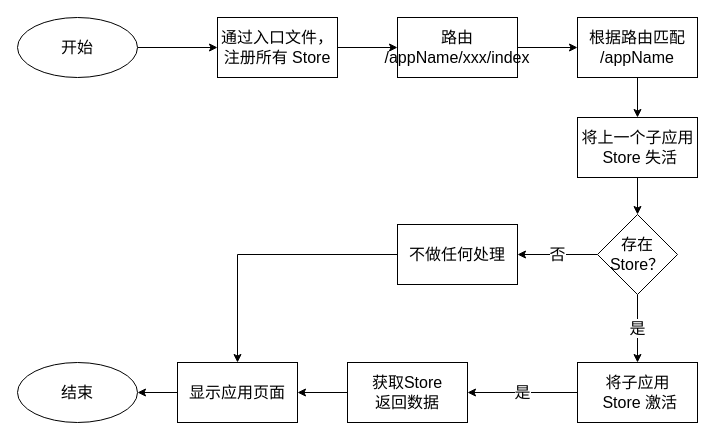
zhuoooo/doodles keeps this draw.io diagram as page "动态 Store" (6 of 12) of 微前端/微服务设计图.drawio. Above is the earlier version. Source tidied: cells renumbered, new cells numbered last; positions are measured from the earlier drawing's top-left corner, leaving out a move shared by most shapes. Both pictures are drawn from the tidied source at 100%, with x=0, y=0 at pixel (17, 17).
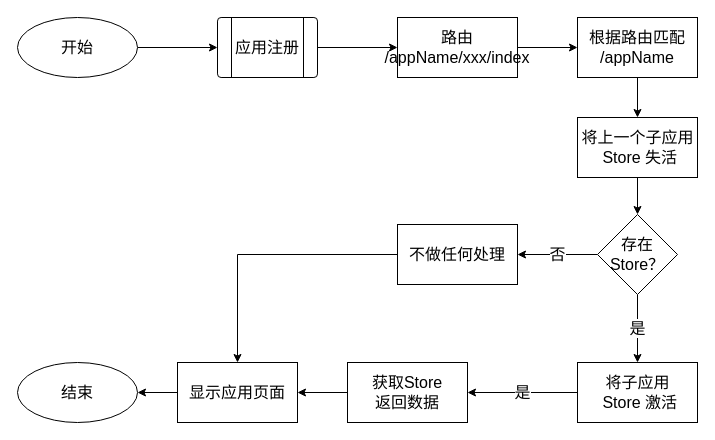
Above is the later version.

Unchanged cells that the change refers to:
```xml
<mxCell id="3" value="开始" style="ellipse;whiteSpace=wrap;html=1;fontSize=16;" parent="1" vertex="1">
  <mxGeometry width="120" height="60" as="geometry" />
</mxCell>
<mxCell id="7" value="路由&lt;br style=&quot;font-size: 16px;&quot;&gt;/appName/xxx/index" style="whiteSpace=wrap;html=1;fontSize=16;" parent="1" vertex="1">
  <mxGeometry x="380" width="120" height="60" as="geometry" />
</mxCell>
```

Diff of the diagram source:
```diff
@@
-    <mxCell id="2" style="edgeStyle=orthogonalEdgeStyle;rounded=0;jettySize=auto;html=1;fontSize=16;" parent="1" edge="1" source="3" target="5">
+    <mxCell id="2" style="edgeStyle=orthogonalEdgeStyle;rounded=0;jettySize=auto;html=1;fontSize=16;" parent="1" edge="1" source="3" target="24">
       <mxGeometry relative="1" as="geometry" />
     </mxCell>
@@
-    <mxCell id="4" style="edgeStyle=orthogonalEdgeStyle;rounded=0;jettySize=auto;html=1;fontSize=16;" parent="1" edge="1" source="5" target="7">
+    <mxCell id="4" style="edgeStyle=orthogonalEdgeStyle;rounded=0;jettySize=auto;html=1;fontSize=16;" parent="1" edge="1" source="24" target="7">
       <mxGeometry relative="1" as="geometry" />
     </mxCell>
-    <mxCell id="5" value="通过入口文件，注册所有 Store" style="whiteSpace=wrap;html=1;fontSize=16;" parent="1" vertex="1">
-      <mxGeometry x="200" width="120" height="60" as="geometry" />
-    </mxCell>
@@
+    <mxCell id="24" value="应用注册" style="verticalLabelPosition=middle;verticalAlign=middle;html=1;shape=process;whiteSpace=wrap;rounded=1;size=0.14;arcSize=6;fontSize=16;labelPosition=center;align=center;" parent="1" vertex="1">
+      <mxGeometry x="200" width="100" height="60" as="geometry" />
+    </mxCell>
```
